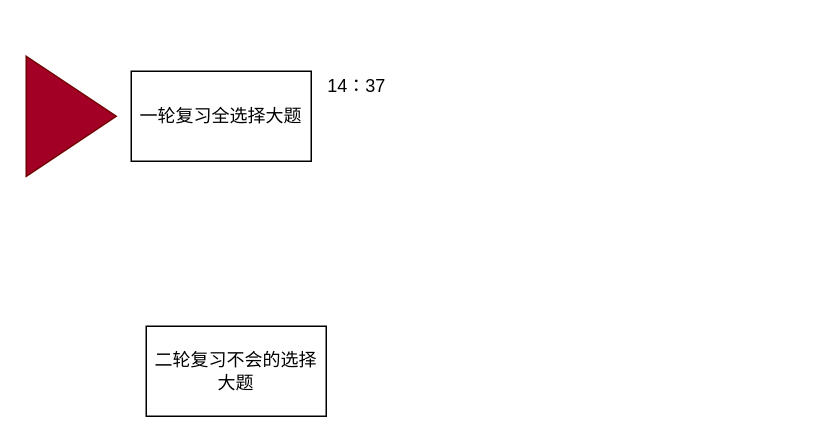
Canwaiting/note keeps this draw.io diagram as dormsys/note/temp.drawio. Above is the earlier version. Source tidied: cells renumbered, new cells numbered last; positions are measured from the earlier drawing's top-left corner, leaving out a move shared by most shapes. Both pictures are drawn from the tidied source at 150%, with x=0, y=0 at pixel (26, 56).
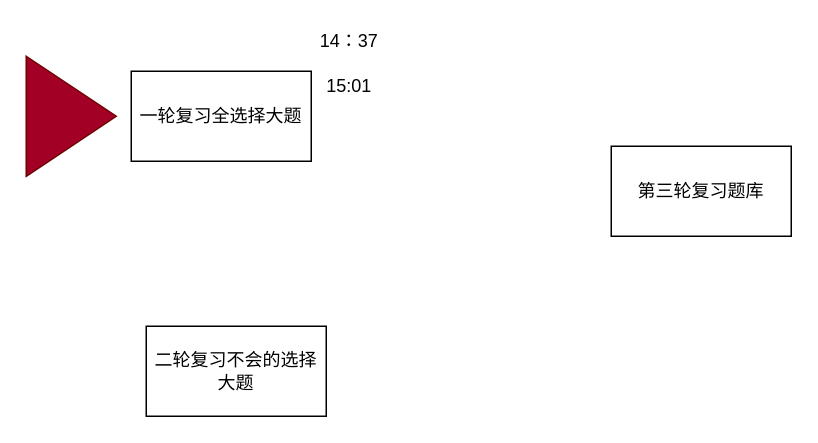
The same diagram, later.

Change to the diagram source:
```diff
@@
 <mxGraphModel background="#FFFFFF">
   <root>
     <mxCell id="0" />
     <mxCell id="1" parent="0" />
     <mxCell id="2" value="一轮复习全选择大题" style="whiteSpace=wrap;html=1;" parent="1" vertex="1">
       <mxGeometry x="70" y="10" width="120" height="60" as="geometry" />
     </mxCell>
     <mxCell id="3" value="二轮复习不会的选择大题" style="whiteSpace=wrap;html=1;" parent="1" vertex="1">
       <mxGeometry x="80" y="180" width="120" height="60" as="geometry" />
     </mxCell>
     <mxCell id="4" style="triangle;whiteSpace=wrap;html=1;fillColor=#a20025;strokeColor=#6F0000;fontColor=#ffffff;" parent="1" vertex="1">
       <mxGeometry width="60" height="80" as="geometry" />
     </mxCell>
     <mxCell id="5" value="&lt;font color=&quot;#000000&quot;&gt;14：37&lt;/font&gt;" style="text;html=1;align=center;verticalAlign=middle;strokeColor=none;" parent="1" vertex="1">
-      <mxGeometry x="195" y="10" width="50" height="20" as="geometry" />
+      <mxGeometry x="190" y="-20" width="50" height="20" as="geometry" />
     </mxCell>
+    <mxCell id="6" value="第三轮复习题库" style="whiteSpace=wrap;html=1;" parent="1" vertex="1">
+      <mxGeometry x="390" y="60" width="120" height="60" as="geometry" />
+    </mxCell>
+    <mxCell id="7" value="&lt;font color=&quot;#000000&quot;&gt;15:01&lt;/font&gt;" style="text;html=1;align=center;verticalAlign=middle;strokeColor=none;" parent="1" vertex="1">
+      <mxGeometry x="190" y="10" width="50" height="20" as="geometry" />
+    </mxCell>
   </root>
 </mxGraphModel>
```
